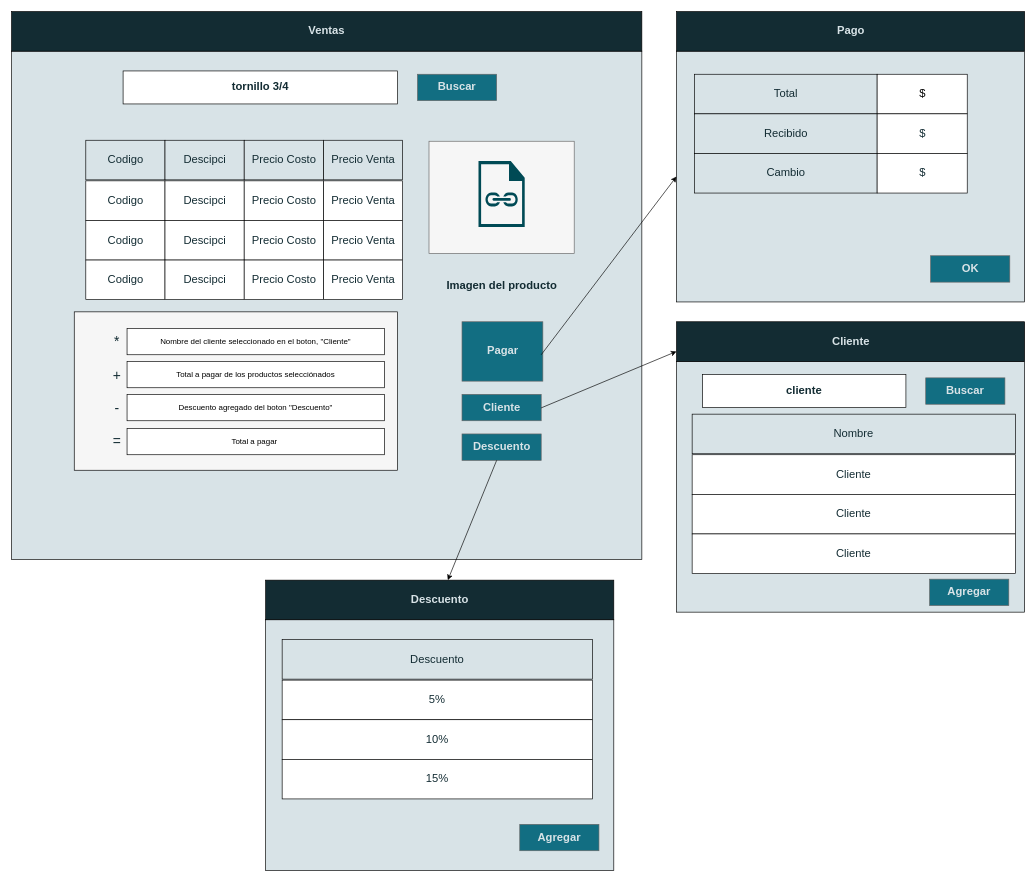
The draw.io diagram page "Diagrama de venta" (2 of 7) of proyecto/mockups refinados (1).drawio in ValeriaAMD/Proyecto-F, before the edit. Source tidied: cells renumbered, new cells numbered last; positions are measured from the earlier drawing's top-left corner, leaving out a move shared by most shapes. Both pictures are drawn from the tidied source at 66%, with x=0, y=0 at pixel (11, 11).
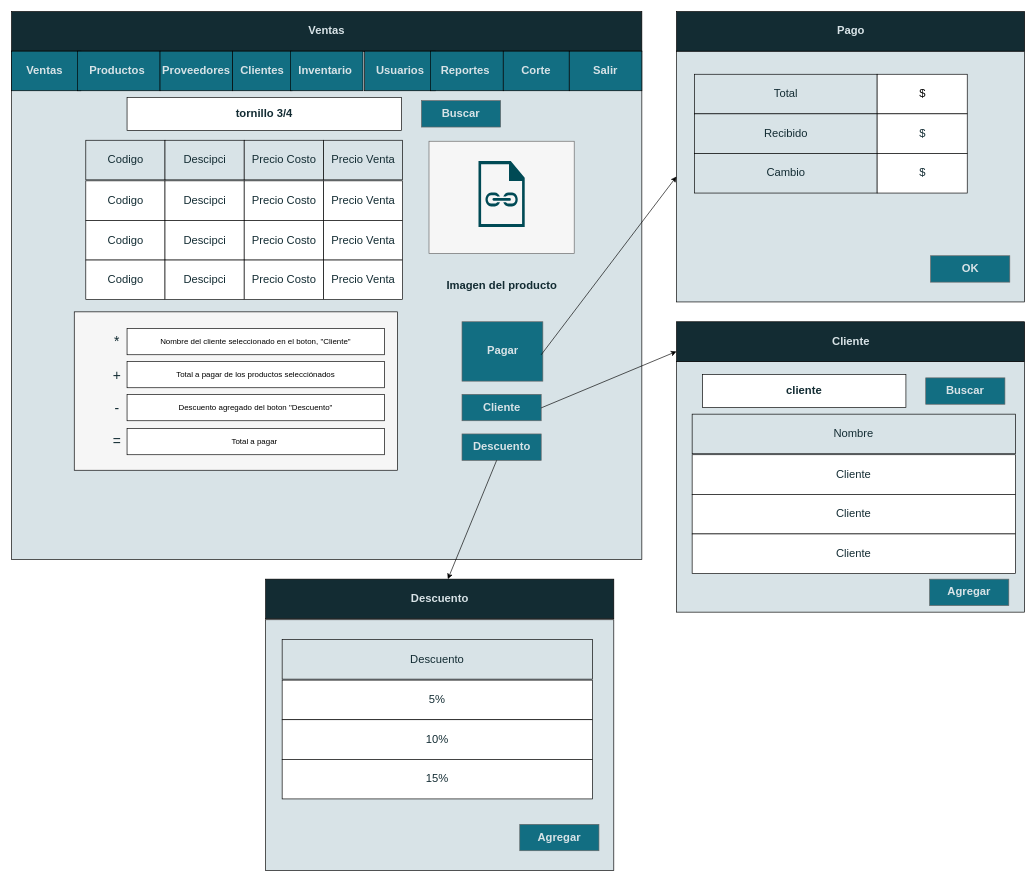
After the change.

The edit, as a diff of the source:
```diff
@@
     <mxCell id="3" value="tornillo 3/4" style="rounded=0;whiteSpace=wrap;html=1;fontSize=17;fontStyle=1;fontColor=#132C33;" parent="1" vertex="1">
-      <mxGeometry x="169" y="90" width="416" height="50" as="geometry" />
+      <mxGeometry x="175" y="130" width="416" height="50" as="geometry" />
     </mxCell>
@@
     <mxCell id="22" value="Buscar" style="text;html=1;strokeColor=#666666;fillColor=#126E82;align=center;verticalAlign=middle;whiteSpace=wrap;rounded=0;fontColor=#D8E3E7;fontSize=17;fontStyle=1;" parent="1" vertex="1">
-      <mxGeometry x="615" y="95" width="120" height="40" as="geometry" />
+      <mxGeometry x="621" y="135" width="120" height="40" as="geometry" />
     </mxCell>
@@
     <mxCell id="37" value="&lt;font color=&quot;#d8e3e7&quot;&gt;Descuento&lt;/font&gt;" style="rounded=0;whiteSpace=wrap;html=1;fontSize=17;fontStyle=1;fontColor=#004A55;fillColor=#132C33;" parent="1" vertex="1">
-      <mxGeometry x="385" y="861.5" width="527.5" height="60" as="geometry" />
+      <mxGeometry x="385" y="860" width="527.5" height="60" as="geometry" />
     </mxCell>
@@
+    <mxCell id="62" value="&lt;font size=&quot;1&quot; style=&quot;&quot;&gt;&lt;b style=&quot;font-size: 17px;&quot;&gt;Ventas&amp;nbsp;&lt;/b&gt;&lt;/font&gt;" style="rounded=0;whiteSpace=wrap;html=1;fillColor=#126E82;fontColor=#D8E3E7;" parent="1" vertex="1">
+      <mxGeometry y="60" width="105" height="60" as="geometry" />
+    </mxCell>
+    <mxCell id="63" value="&lt;font style=&quot;font-size: 17px;&quot;&gt;&lt;b&gt;Productos&amp;nbsp;&lt;/b&gt;&lt;/font&gt;" style="rounded=0;whiteSpace=wrap;html=1;fillColor=#126E82;fontColor=#D8E3E7;" parent="1" vertex="1">
+      <mxGeometry x="100" y="60" width="125" height="60" as="geometry" />
+    </mxCell>
+    <mxCell id="64" value="&lt;font style=&quot;font-size: 17px;&quot;&gt;&lt;b&gt;Proveedores&lt;/b&gt;&lt;/font&gt;" style="rounded=0;whiteSpace=wrap;html=1;fillColor=#126E82;fontColor=#D8E3E7;" parent="1" vertex="1">
+      <mxGeometry x="225" y="60" width="110" height="60" as="geometry" />
+    </mxCell>
+    <mxCell id="65" value="&lt;font style=&quot;font-size: 17px;&quot;&gt;&lt;b&gt;Clientes&lt;/b&gt;&lt;/font&gt;" style="rounded=0;whiteSpace=wrap;html=1;fillColor=#126E82;fontColor=#D8E3E7;" parent="1" vertex="1">
+      <mxGeometry x="335" y="60" width="90" height="60" as="geometry" />
+    </mxCell>
+    <mxCell id="66" value="&lt;font style=&quot;font-size: 17px;&quot;&gt;&lt;b&gt;Inventario&amp;nbsp;&lt;/b&gt;&lt;/font&gt;" style="rounded=0;whiteSpace=wrap;html=1;fillColor=#126E82;fontColor=#D8E3E7;" parent="1" vertex="1">
+      <mxGeometry x="422.5" y="60" width="110" height="60" as="geometry" />
+    </mxCell>
+    <mxCell id="67" value="&lt;font style=&quot;font-size: 17px;&quot;&gt;&lt;b&gt;Usuarios&lt;/b&gt;&lt;/font&gt;" style="rounded=0;whiteSpace=wrap;html=1;fillColor=#126E82;fontColor=#D8E3E7;" parent="1" vertex="1">
+      <mxGeometry x="535" y="60" width="107.5" height="60" as="geometry" />
+    </mxCell>
+    <mxCell id="68" value="&lt;font style=&quot;font-size: 17px;&quot;&gt;&lt;b&gt;Reportes&amp;nbsp;&lt;/b&gt;&lt;/font&gt;" style="rounded=0;whiteSpace=wrap;html=1;fillColor=#126E82;fontColor=#D8E3E7;" parent="1" vertex="1">
+      <mxGeometry x="635" y="60" width="110" height="60" as="geometry" />
+    </mxCell>
+    <mxCell id="69" value="&lt;font style=&quot;font-size: 17px;&quot;&gt;&lt;b&gt;Corte&lt;/b&gt;&lt;/font&gt;" style="rounded=0;whiteSpace=wrap;html=1;fillColor=#126E82;fontColor=#D8E3E7;" parent="1" vertex="1">
+      <mxGeometry x="745" y="60" width="100" height="60" as="geometry" />
+    </mxCell>
+    <mxCell id="70" value="&lt;font style=&quot;font-size: 17px;&quot;&gt;&lt;b&gt;Salir&lt;/b&gt;&lt;/font&gt;" style="rounded=0;whiteSpace=wrap;html=1;fillColor=#126E82;fontColor=#D8E3E7;" parent="1" vertex="1">
+      <mxGeometry x="845" y="60" width="110" height="60" as="geometry" />
+    </mxCell>
```
